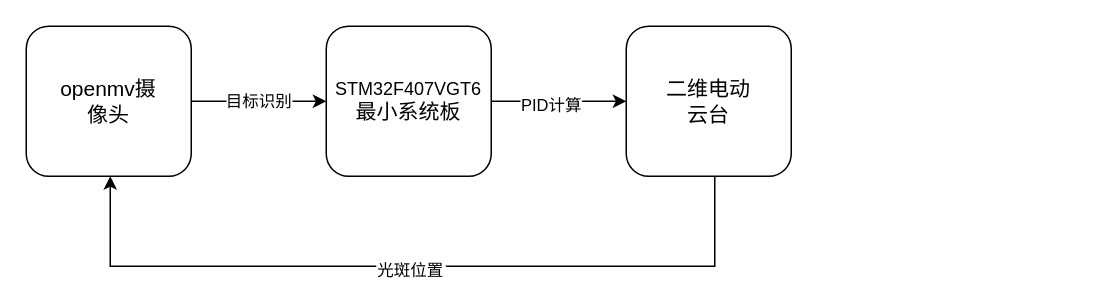
The draw.io diagram 流程图/控制系统流程图.drawio in mlhua/hua, before the edit. Source tidied: cells renumbered, new cells numbered last; positions are measured from the earlier drawing's top-left corner, leaving out a move shared by most shapes. Both pictures are drawn from the tidied source at 150%, with x=0, y=0 at pixel (26, 26).
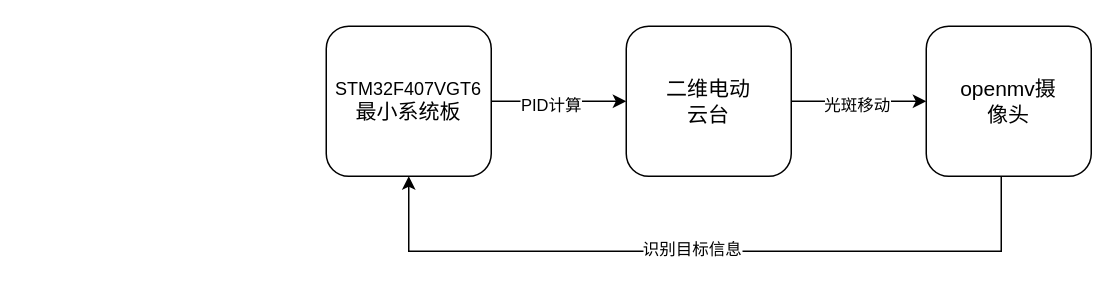
The same page after the edit.

Commit message (it also covers changes not shown here):
更新控制系统流程图.drawio

Change to the diagram source:
```diff
@@
 <mxGraphModel>
   <root>
     <mxCell id="0" />
     <mxCell id="1" parent="0" />
-    <mxCell id="2" value="目标识别" style="edgeStyle=orthogonalEdgeStyle;rounded=0;jettySize=auto;html=1;" parent="1" edge="1" source="3" target="6">
-      <mxGeometry relative="1" as="geometry" />
+    <mxCell id="2" style="edgeStyle=orthogonalEdgeStyle;rounded=0;jettySize=auto;html=1;entryX=0.5;entryY=1;entryDx=0;entryDy=0;exitX=0.5;exitY=1;exitDx=0;exitDy=0;" parent="1" edge="1" source="3" target="6">
+      <mxGeometry relative="1" as="geometry">
+        <Array as="points">
+          <mxPoint x="650" y="100" />
+          <mxPoint x="650" y="150" />
+          <mxPoint x="255" y="150" />
+        </Array>
+      </mxGeometry>
     </mxCell>
+    <mxCell id="10" value="识别目标信息" style="edgeLabel;html=1;align=center;verticalAlign=middle;" parent="2" vertex="1">
+      <mxGeometry x="-0.03" y="-2" relative="1" as="geometry">
+        <mxPoint x="-19" as="offset" />
+      </mxGeometry>
+    </mxCell>
     <mxCell id="3" value="openmv摄像头" style="rounded=1;whiteSpace=wrap;html=1;fontSize=14;spacingLeft=20;spacingRight=20;" parent="1" vertex="1">
-      <mxGeometry width="110" height="100" as="geometry" />
+      <mxGeometry x="600" width="110" height="100" as="geometry" />
     </mxCell>
     <mxCell id="4" style="edgeStyle=orthogonalEdgeStyle;rounded=0;jettySize=auto;html=1;" parent="1" edge="1" source="6" target="7">
       <mxGeometry relative="1" as="geometry" />
     </mxCell>
     <mxCell id="5" value="PID计算" style="edgeLabel;html=1;align=center;verticalAlign=middle;" parent="4" vertex="1">
       <mxGeometry x="-0.13" y="-2" relative="1" as="geometry" />
     </mxCell>
     <mxCell id="6" value="STM32F407VGT6&lt;br style=&quot;font-size: 12px;&quot;&gt;&lt;span style=&quot;font-size: 14px;&quot;&gt;最小系统板&lt;/span&gt;" style="whiteSpace=wrap;rounded=1;spacingLeft=20;spacingRight=20;fontSize=12;html=1;align=center;" parent="1" vertex="1">
       <mxGeometry x="200" width="110" height="100" as="geometry" />
     </mxCell>
+    <mxCell id="11" style="edgeStyle=orthogonalEdgeStyle;rounded=0;jettySize=auto;html=1;" parent="1" edge="1" source="7" target="3">
+      <mxGeometry relative="1" as="geometry" />
+    </mxCell>
+    <mxCell id="12" value="光斑移动" style="edgeLabel;html=1;align=center;verticalAlign=middle;" parent="11" vertex="1">
+      <mxGeometry x="-0.04" y="-2" relative="1" as="geometry" />
+    </mxCell>
     <mxCell id="7" value="二维电动云台" style="whiteSpace=wrap;html=1;rounded=1;fontSize=14;spacingLeft=20;spacingRight=20;" parent="1" vertex="1">
       <mxGeometry x="400" width="110" height="100" as="geometry" />
     </mxCell>
-    <mxCell id="8" style="edgeStyle=orthogonalEdgeStyle;rounded=0;orthogonalLoop=1;jettySize=auto;html=1;entryX=0.5;entryY=1;entryDx=0;entryDy=0;" parent="1" edge="1">
-      <mxGeometry relative="1" as="geometry">
-        <mxPoint x="459" y="100" as="sourcePoint" />
-        <mxPoint x="56" y="100" as="targetPoint" />
-        <Array as="points">
-          <mxPoint x="459" y="160" />
-          <mxPoint x="56" y="160" />
-        </Array>
-      </mxGeometry>
-    </mxCell>
-    <mxCell id="9" value="光斑位置" style="edgeLabel;html=1;align=center;verticalAlign=middle;labelBorderColor=#FFFFFF;" parent="8" vertex="1">
-      <mxGeometry x="0.01" y="2" relative="1" as="geometry" />
-    </mxCell>
   </root>
 </mxGraphModel>
```
